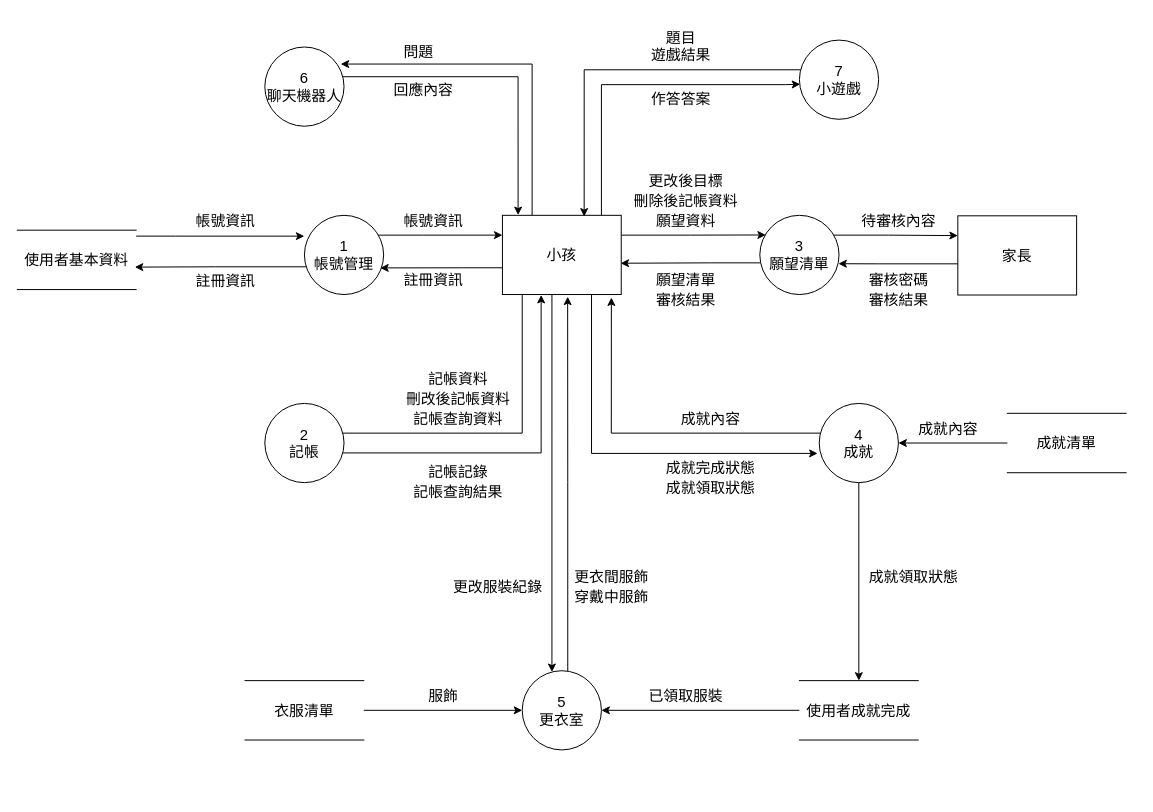
Earlier version of the draw.io diagram doc/DFD 0.drawio (IMD112502/112502case). Source tidied: cells renumbered, new cells numbered last; positions are measured from the earlier drawing's top-left corner, leaving out a move shared by most shapes. Both pictures are drawn from the tidied source at 99%, with x=0, y=0 at pixel (17, 22).
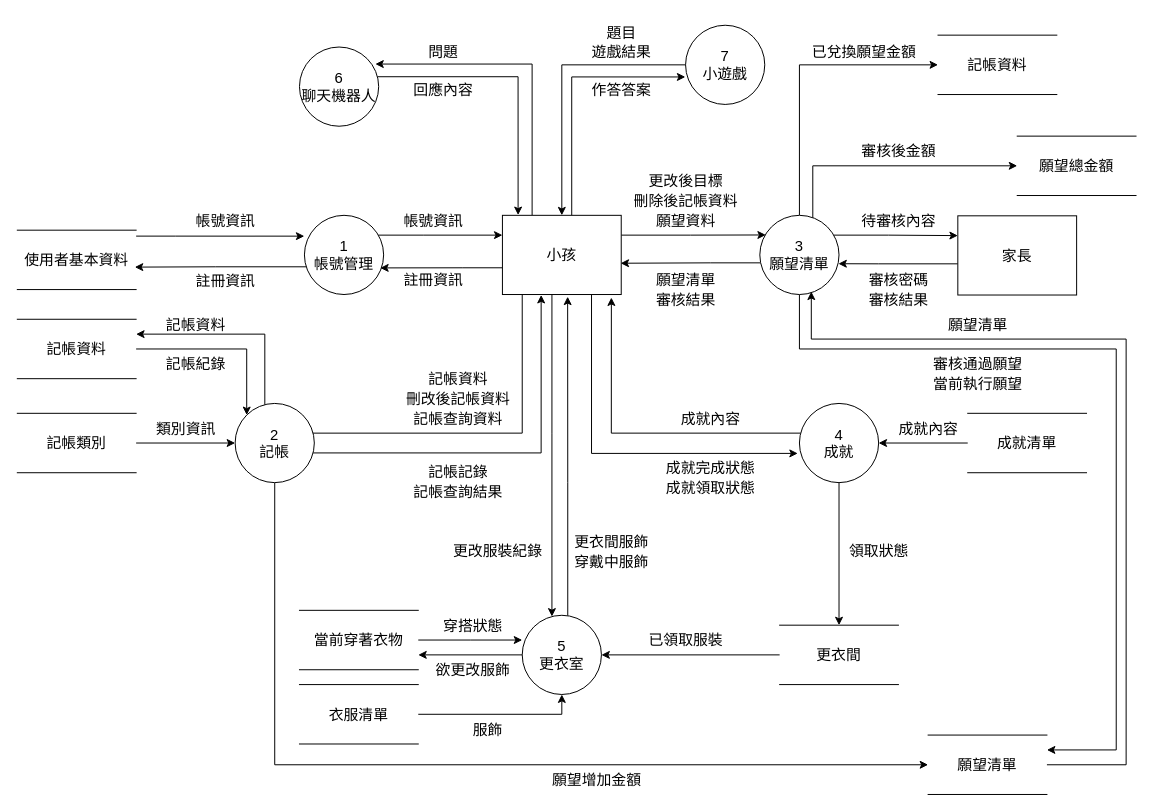
Above is the later version.

Commit message (it also covers changes not shown here):
DFD圖0+login排版到一半+add排版完成

Unchanged cells that the change refers to:
```xml
<mxCell id="12" value="&lt;font style=&quot;font-size: 15px;&quot;&gt;小孩&lt;/font&gt;" style="rounded=0;whiteSpace=wrap;html=1;" parent="1" vertex="1">
  <mxGeometry x="490" y="195" width="120" height="80" as="geometry" />
</mxCell>
<mxCell id="17" value="&lt;font style=&quot;font-size: 15px;&quot;&gt;3&lt;br&gt;願望清單&lt;/font&gt;" style="ellipse;whiteSpace=wrap;html=1;" parent="1" vertex="1">
  <mxGeometry x="750" y="195" width="80" height="80" as="geometry" />
</mxCell>
```

The edit, as a diff of the source:
```diff
@@
-    <mxCell id="11" style="edgeStyle=orthogonalEdgeStyle;rounded=0;jettySize=auto;html=1;entryX=0.01;entryY=0.557;entryDx=0;entryDy=0;entryPerimeter=0;" parent="1" edge="1" source="12" target="26">
+    <mxCell id="11" style="edgeStyle=orthogonalEdgeStyle;rounded=0;jettySize=auto;html=1;entryX=-0.003;entryY=0.653;entryDx=0;entryDy=0;entryPerimeter=0;" parent="1" edge="1" source="12" target="26">
       <mxGeometry relative="1" as="geometry">
         <Array as="points">
-          <mxPoint x="590" y="63" />
-          <mxPoint x="776" y="63" />
+          <mxPoint x="560" y="55" />
         </Array>
       </mxGeometry>
     </mxCell>
@@
+    <mxCell id="69" style="edgeStyle=orthogonalEdgeStyle;rounded=0;jettySize=auto;html=1;entryX=1;entryY=0.25;entryDx=0;entryDy=0;" parent="1" edge="1" source="14" target="76">
+      <mxGeometry relative="1" as="geometry">
+        <Array as="points">
+          <mxPoint x="250" y="315" />
+        </Array>
+      </mxGeometry>
+    </mxCell>
+    <mxCell id="70" style="edgeStyle=orthogonalEdgeStyle;rounded=0;jettySize=auto;html=1;entryX=0;entryY=0.5;entryDx=0;entryDy=0;exitX=0.5;exitY=1;exitDx=0;exitDy=0;" parent="1" edge="1" source="14" target="89">
+      <mxGeometry relative="1" as="geometry">
+        <Array as="points">
+          <mxPoint x="260" y="750" />
+        </Array>
+      </mxGeometry>
+    </mxCell>
     <mxCell id="14" value="&lt;font style=&quot;font-size: 15px;&quot;&gt;2&lt;br&gt;記帳&lt;/font&gt;" style="ellipse;whiteSpace=wrap;html=1;" parent="1" vertex="1">
-      <mxGeometry x="250" y="385" width="80" height="80" as="geometry" />
+      <mxGeometry x="220" y="385" width="80" height="80" as="geometry" />
     </mxCell>
@@
+    <mxCell id="71" style="edgeStyle=orthogonalEdgeStyle;rounded=0;jettySize=auto;html=1;exitX=0.669;exitY=0.044;exitDx=0;exitDy=0;entryX=0;entryY=0.5;entryDx=0;entryDy=0;exitPerimeter=0;" parent="1" edge="1" source="17" target="86">
+      <mxGeometry relative="1" as="geometry">
+        <Array as="points">
+          <mxPoint x="804" y="145" />
+        </Array>
+      </mxGeometry>
+    </mxCell>
+    <mxCell id="72" style="edgeStyle=orthogonalEdgeStyle;rounded=0;jettySize=auto;html=1;entryX=1;entryY=0.25;entryDx=0;entryDy=0;" parent="1" edge="1" source="17" target="89">
+      <mxGeometry relative="1" as="geometry">
+        <Array as="points">
+          <mxPoint x="790" y="330" />
+          <mxPoint x="1110" y="330" />
+          <mxPoint x="1110" y="735" />
+        </Array>
+      </mxGeometry>
+    </mxCell>
+    <mxCell id="73" style="edgeStyle=orthogonalEdgeStyle;rounded=0;jettySize=auto;html=1;entryX=0;entryY=0.5;entryDx=0;entryDy=0;" parent="1" edge="1" source="17" target="94">
+      <mxGeometry relative="1" as="geometry">
+        <Array as="points">
+          <mxPoint x="790" y="43" />
+        </Array>
+      </mxGeometry>
+    </mxCell>
@@
     <mxCell id="20" value="&lt;font style=&quot;font-size: 15px;&quot;&gt;4&lt;br&gt;成就&lt;/font&gt;" style="ellipse;whiteSpace=wrap;html=1;" parent="1" vertex="1">
-      <mxGeometry x="810" y="385" width="80" height="80" as="geometry" />
+      <mxGeometry x="790" y="385" width="80" height="80" as="geometry" />
     </mxCell>
@@
+    <mxCell id="74" style="edgeStyle=orthogonalEdgeStyle;rounded=0;jettySize=auto;html=1;entryX=1;entryY=0.75;entryDx=0;entryDy=0;" parent="1" edge="1" source="22" target="83">
+      <mxGeometry relative="1" as="geometry" />
+    </mxCell>
     <mxCell id="22" value="&lt;font style=&quot;font-size: 15px;&quot;&gt;5&lt;br&gt;更衣室&lt;br&gt;&lt;/font&gt;" style="ellipse;whiteSpace=wrap;html=1;" parent="1" vertex="1">
-      <mxGeometry x="510" y="655" width="80" height="80" as="geometry" />
+      <mxGeometry x="510" y="599" width="80" height="80" as="geometry" />
     </mxCell>
@@
     <mxCell id="24" value="&lt;font style=&quot;font-size: 15px;&quot;&gt;6&lt;br&gt;聊天機器人&lt;br&gt;&lt;/font&gt;" style="ellipse;whiteSpace=wrap;html=1;" parent="1" vertex="1">
-      <mxGeometry x="250" y="25" width="80" height="80" as="geometry" />
+      <mxGeometry x="285" y="25" width="80" height="80" as="geometry" />
     </mxCell>
-    <mxCell id="25" style="edgeStyle=orthogonalEdgeStyle;rounded=0;jettySize=auto;html=1;entryX=0.688;entryY=0.015;entryDx=0;entryDy=0;entryPerimeter=0;" parent="1" edge="1" source="26" target="12">
+    <mxCell id="25" style="edgeStyle=orthogonalEdgeStyle;rounded=0;jettySize=auto;html=1;entryX=0.5;entryY=0;entryDx=0;entryDy=0;" parent="1" edge="1" source="26" target="12">
       <mxGeometry relative="1" as="geometry">
         <Array as="points">
-          <mxPoint x="573" y="48" />
+          <mxPoint x="550" y="43" />
         </Array>
       </mxGeometry>
     </mxCell>
     <mxCell id="26" value="&lt;font style=&quot;font-size: 15px;&quot;&gt;7&lt;br&gt;小遊戲&lt;br&gt;&lt;/font&gt;" style="ellipse;whiteSpace=wrap;html=1;" parent="1" vertex="1">
-      <mxGeometry x="790" y="18" width="80" height="80" as="geometry" />
+      <mxGeometry x="675" y="3" width="80" height="80" as="geometry" />
     </mxCell>
@@
     <mxCell id="47" value="&lt;font style=&quot;font-size: 15px;&quot;&gt;更改服裝紀錄&lt;/font&gt;" style="text;html=1;align=center;verticalAlign=middle;strokeColor=none;fillColor=none;" parent="1" vertex="1">
-      <mxGeometry x="430" y="555" width="110" height="30" as="geometry" />
+      <mxGeometry x="430" y="519" width="110" height="30" as="geometry" />
     </mxCell>
     <mxCell id="48" value="&lt;font style=&quot;font-size: 15px;&quot;&gt;更衣間服飾&lt;/font&gt;" style="text;html=1;align=center;verticalAlign=middle;strokeColor=none;fillColor=none;" parent="1" vertex="1">
-      <mxGeometry x="550" y="545" width="100" height="30" as="geometry" />
+      <mxGeometry x="550" y="510" width="100" height="30" as="geometry" />
     </mxCell>
     <mxCell id="49" value="&lt;font style=&quot;font-size: 15px;&quot;&gt;穿戴中服飾&lt;/font&gt;" style="text;html=1;align=center;verticalAlign=middle;strokeColor=none;fillColor=none;" parent="1" vertex="1">
-      <mxGeometry x="550" y="565" width="100" height="30" as="geometry" />
+      <mxGeometry x="550" y="530" width="100" height="30" as="geometry" />
     </mxCell>
     <mxCell id="50" value="&lt;font style=&quot;font-size: 15px;&quot;&gt;遊戲結果&lt;/font&gt;" style="text;html=1;align=center;verticalAlign=middle;strokeColor=none;fillColor=none;" parent="1" vertex="1">
-      <mxGeometry x="630" y="18" width="80" height="30" as="geometry" />
+      <mxGeometry x="570" y="15" width="80" height="30" as="geometry" />
     </mxCell>
     <mxCell id="51" value="&lt;span style=&quot;font-size: 15px;&quot;&gt;問題&lt;/span&gt;" style="text;html=1;align=center;verticalAlign=middle;strokeColor=none;fillColor=none;" parent="1" vertex="1">
-      <mxGeometry x="380" y="15" width="50" height="30" as="geometry" />
+      <mxGeometry x="405" y="15" width="50" height="30" as="geometry" />
     </mxCell>
     <mxCell id="52" value="&lt;span style=&quot;font-size: 15px;&quot;&gt;回應內容&lt;/span&gt;" style="text;html=1;align=center;verticalAlign=middle;strokeColor=none;fillColor=none;" parent="1" vertex="1">
-      <mxGeometry x="370" y="53" width="80" height="30" as="geometry" />
+      <mxGeometry x="390" y="53" width="80" height="30" as="geometry" />
     </mxCell>
     <mxCell id="53" value="&lt;font style=&quot;font-size: 15px;&quot;&gt;題目&lt;/font&gt;" style="text;html=1;align=center;verticalAlign=middle;strokeColor=none;fillColor=none;" parent="1" vertex="1">
-      <mxGeometry x="645" width="50" height="30" as="geometry" />
+      <mxGeometry x="585" y="-5" width="50" height="30" as="geometry" />
     </mxCell>
     <mxCell id="54" value="&lt;font style=&quot;font-size: 15px;&quot;&gt;作答答案&lt;/font&gt;" style="text;html=1;align=center;verticalAlign=middle;strokeColor=none;fillColor=none;" parent="1" vertex="1">
-      <mxGeometry x="630" y="62" width="80" height="30" as="geometry" />
+      <mxGeometry x="570" y="53" width="80" height="30" as="geometry" />
     </mxCell>
@@
     <mxCell id="60" value="&lt;span style=&quot;font-size: 15px;&quot;&gt;成就清單&lt;/span&gt;" style="shape=partialRectangle;whiteSpace=wrap;html=1;left=0;right=0;fillColor=none;" parent="1" vertex="1">
-      <mxGeometry x="1000" y="395" width="120" height="60" as="geometry" />
+      <mxGeometry x="960" y="395" width="120" height="60" as="geometry" />
     </mxCell>
     <mxCell id="61" value="&lt;font style=&quot;font-size: 15px;&quot;&gt;成就內容&lt;/font&gt;" style="text;html=1;align=center;verticalAlign=middle;strokeColor=none;fillColor=none;" parent="1" vertex="1">
-      <mxGeometry x="900" y="395" width="80" height="30" as="geometry" />
+      <mxGeometry x="880" y="395" width="80" height="30" as="geometry" />
     </mxCell>
@@
-    <mxCell id="63" value="&lt;span style=&quot;font-size: 15px;&quot;&gt;使用者成就完成&lt;/span&gt;" style="shape=partialRectangle;whiteSpace=wrap;html=1;left=0;right=0;fillColor=none;" parent="1" vertex="1">
-      <mxGeometry x="790" y="665" width="120" height="60" as="geometry" />
+    <mxCell id="63" value="&lt;span style=&quot;font-size: 15px;&quot;&gt;更衣間&lt;/span&gt;" style="shape=partialRectangle;whiteSpace=wrap;html=1;left=0;right=0;fillColor=none;" parent="1" vertex="1">
+      <mxGeometry x="770" y="609" width="120" height="60" as="geometry" />
     </mxCell>
     <mxCell id="64" value="&lt;span style=&quot;font-size: 15px;&quot;&gt;已領取服裝&lt;/span&gt;" style="text;html=1;align=center;verticalAlign=middle;strokeColor=none;fillColor=none;" parent="1" vertex="1">
-      <mxGeometry x="625" y="665" width="100" height="30" as="geometry" />
+      <mxGeometry x="625" y="609" width="100" height="30" as="geometry" />
     </mxCell>
-    <mxCell id="65" value="&lt;span style=&quot;font-size: 15px;&quot;&gt;成就領取狀態&lt;/span&gt;" style="text;html=1;align=center;verticalAlign=middle;strokeColor=none;fillColor=none;" parent="1" vertex="1">
-      <mxGeometry x="850" y="545" width="110" height="30" as="geometry" />
+    <mxCell id="65" value="&lt;span style=&quot;font-size: 15px;&quot;&gt;領取狀態&lt;/span&gt;" style="text;html=1;align=center;verticalAlign=middle;strokeColor=none;fillColor=none;" parent="1" vertex="1">
+      <mxGeometry x="830" y="519" width="80" height="30" as="geometry" />
     </mxCell>
-    <mxCell id="66" style="edgeStyle=orthogonalEdgeStyle;rounded=0;jettySize=auto;html=1;entryX=0;entryY=0.5;entryDx=0;entryDy=0;" parent="1" edge="1" source="67" target="22">
+    <mxCell id="66" style="edgeStyle=orthogonalEdgeStyle;rounded=0;jettySize=auto;html=1;entryX=0.5;entryY=1;entryDx=0;entryDy=0;" parent="1" edge="1" source="67" target="22">
       <mxGeometry relative="1" as="geometry" />
     </mxCell>
     <mxCell id="67" value="&lt;span style=&quot;font-size: 15px;&quot;&gt;衣服清單&lt;/span&gt;" style="shape=partialRectangle;whiteSpace=wrap;html=1;left=0;right=0;fillColor=none;" parent="1" vertex="1">
-      <mxGeometry x="230" y="665" width="120" height="60" as="geometry" />
+      <mxGeometry x="285" y="669" width="120" height="60" as="geometry" />
     </mxCell>
     <mxCell id="68" value="&lt;span style=&quot;font-size: 15px;&quot;&gt;服飾&lt;/span&gt;" style="text;html=1;align=center;verticalAlign=middle;strokeColor=none;fillColor=none;" parent="1" vertex="1">
-      <mxGeometry x="405" y="665" width="50" height="30" as="geometry" />
+      <mxGeometry x="450" y="699" width="50" height="30" as="geometry" />
     </mxCell>
+    <mxCell id="75" style="edgeStyle=orthogonalEdgeStyle;rounded=0;jettySize=auto;html=1;entryX=0;entryY=0;entryDx=0;entryDy=0;" parent="1" edge="1" source="76" target="14">
+      <mxGeometry relative="1" as="geometry">
+        <Array as="points">
+          <mxPoint x="232" y="330" />
+        </Array>
+      </mxGeometry>
+    </mxCell>
+    <mxCell id="76" value="&lt;span style=&quot;font-size: 15px;&quot;&gt;記帳資料&lt;/span&gt;" style="shape=partialRectangle;whiteSpace=wrap;html=1;left=0;right=0;fillColor=none;" parent="1" vertex="1">
+      <mxGeometry y="300" width="120" height="60" as="geometry" />
+    </mxCell>
+    <mxCell id="77" style="edgeStyle=orthogonalEdgeStyle;rounded=0;jettySize=auto;html=1;entryX=0;entryY=0.5;entryDx=0;entryDy=0;" parent="1" edge="1" source="78" target="14">
+      <mxGeometry relative="1" as="geometry">
+        <Array as="points">
+          <mxPoint x="60" y="425" />
+        </Array>
+      </mxGeometry>
+    </mxCell>
+    <mxCell id="78" value="&lt;span style=&quot;font-size: 15px;&quot;&gt;記帳類別&lt;/span&gt;" style="shape=partialRectangle;whiteSpace=wrap;html=1;left=0;right=0;fillColor=none;" parent="1" vertex="1">
+      <mxGeometry y="395" width="120" height="60" as="geometry" />
+    </mxCell>
+    <mxCell id="79" value="&lt;span style=&quot;font-size: 15px;&quot;&gt;記帳資料&lt;/span&gt;" style="text;html=1;align=center;verticalAlign=middle;strokeColor=none;fillColor=none;" parent="1" vertex="1">
+      <mxGeometry x="140" y="290" width="80" height="30" as="geometry" />
+    </mxCell>
+    <mxCell id="80" value="&lt;span style=&quot;font-size: 15px;&quot;&gt;記帳紀錄&lt;/span&gt;" style="text;html=1;align=center;verticalAlign=middle;strokeColor=none;fillColor=none;" parent="1" vertex="1">
+      <mxGeometry x="140" y="330" width="80" height="30" as="geometry" />
+    </mxCell>
+    <mxCell id="81" value="&lt;span style=&quot;font-size: 15px;&quot;&gt;類別資訊&lt;/span&gt;" style="text;html=1;align=center;verticalAlign=middle;strokeColor=none;fillColor=none;" parent="1" vertex="1">
+      <mxGeometry x="130" y="395" width="80" height="30" as="geometry" />
+    </mxCell>
+    <mxCell id="82" style="edgeStyle=orthogonalEdgeStyle;rounded=0;jettySize=auto;html=1;" parent="1" edge="1" source="83">
+      <mxGeometry relative="1" as="geometry">
+        <mxPoint x="510" y="624" as="targetPoint" />
+      </mxGeometry>
+    </mxCell>
+    <mxCell id="83" value="&lt;span style=&quot;font-size: 15px;&quot;&gt;當前穿著衣物&lt;/span&gt;" style="shape=partialRectangle;whiteSpace=wrap;html=1;left=0;right=0;fillColor=none;" parent="1" vertex="1">
+      <mxGeometry x="285" y="594" width="120" height="60" as="geometry" />
+    </mxCell>
+    <mxCell id="84" value="&lt;span style=&quot;font-size: 15px;&quot;&gt;穿搭狀態&lt;/span&gt;" style="text;html=1;align=center;verticalAlign=middle;strokeColor=none;fillColor=none;" parent="1" vertex="1">
+      <mxGeometry x="420" y="594" width="80" height="30" as="geometry" />
+    </mxCell>
+    <mxCell id="85" value="&lt;span style=&quot;font-size: 15px;&quot;&gt;欲更改服飾&lt;/span&gt;" style="text;html=1;align=center;verticalAlign=middle;strokeColor=none;fillColor=none;" parent="1" vertex="1">
+      <mxGeometry x="410" y="639" width="100" height="30" as="geometry" />
+    </mxCell>
+    <mxCell id="86" value="&lt;span style=&quot;font-size: 15px;&quot;&gt;願望總金額&lt;/span&gt;" style="shape=partialRectangle;whiteSpace=wrap;html=1;left=0;right=0;fillColor=none;" parent="1" vertex="1">
+      <mxGeometry x="1010" y="115" width="120" height="60" as="geometry" />
+    </mxCell>
+    <mxCell id="87" value="&lt;font style=&quot;font-size: 15px;&quot;&gt;審核後金額&lt;/font&gt;" style="text;html=1;align=center;verticalAlign=middle;strokeColor=none;fillColor=none;" parent="1" vertex="1">
+      <mxGeometry x="840" y="115" width="100" height="30" as="geometry" />
+    </mxCell>
+    <mxCell id="88" style="edgeStyle=orthogonalEdgeStyle;rounded=0;jettySize=auto;html=1;entryX=0.65;entryY=0.963;entryDx=0;entryDy=0;entryPerimeter=0;" parent="1" edge="1" source="89" target="17">
+      <mxGeometry relative="1" as="geometry">
+        <Array as="points">
+          <mxPoint x="1120" y="750" />
+          <mxPoint x="1120" y="320" />
+          <mxPoint x="802" y="320" />
+        </Array>
+      </mxGeometry>
+    </mxCell>
+    <mxCell id="89" value="&lt;span style=&quot;font-size: 15px;&quot;&gt;願望清單&lt;/span&gt;" style="shape=partialRectangle;whiteSpace=wrap;html=1;left=0;right=0;fillColor=none;" parent="1" vertex="1">
+      <mxGeometry x="920" y="720" width="120" height="60" as="geometry" />
+    </mxCell>
+    <mxCell id="90" value="&lt;font style=&quot;font-size: 15px;&quot;&gt;審核通過願望&lt;/font&gt;" style="text;html=1;align=center;verticalAlign=middle;strokeColor=none;fillColor=none;" parent="1" vertex="1">
+      <mxGeometry x="915" y="330" width="110" height="30" as="geometry" />
+    </mxCell>
+    <mxCell id="91" value="&lt;font style=&quot;font-size: 15px;&quot;&gt;願望清單&lt;/font&gt;" style="text;html=1;align=center;verticalAlign=middle;strokeColor=none;fillColor=none;" parent="1" vertex="1">
+      <mxGeometry x="930" y="290" width="80" height="30" as="geometry" />
+    </mxCell>
+    <mxCell id="92" value="&lt;font style=&quot;font-size: 15px;&quot;&gt;當前執行願望&lt;/font&gt;" style="text;html=1;align=center;verticalAlign=middle;strokeColor=none;fillColor=none;" parent="1" vertex="1">
+      <mxGeometry x="915" y="350" width="110" height="30" as="geometry" />
+    </mxCell>
+    <mxCell id="93" value="&lt;span style=&quot;font-size: 15px;&quot;&gt;願望增加金額&lt;/span&gt;" style="text;html=1;align=center;verticalAlign=middle;strokeColor=none;fillColor=none;" parent="1" vertex="1">
+      <mxGeometry x="530" y="750" width="110" height="30" as="geometry" />
+    </mxCell>
+    <mxCell id="94" value="&lt;span style=&quot;font-size: 15px;&quot;&gt;記帳資料&lt;/span&gt;" style="shape=partialRectangle;whiteSpace=wrap;html=1;left=0;right=0;fillColor=none;" parent="1" vertex="1">
+      <mxGeometry x="930" y="13" width="120" height="60" as="geometry" />
+    </mxCell>
+    <mxCell id="95" value="&lt;font style=&quot;font-size: 15px;&quot;&gt;已兌換願望金額&lt;/font&gt;" style="text;html=1;align=center;verticalAlign=middle;strokeColor=none;fillColor=none;" parent="1" vertex="1">
+      <mxGeometry x="790" y="15" width="130" height="30" as="geometry" />
+    </mxCell>
```
